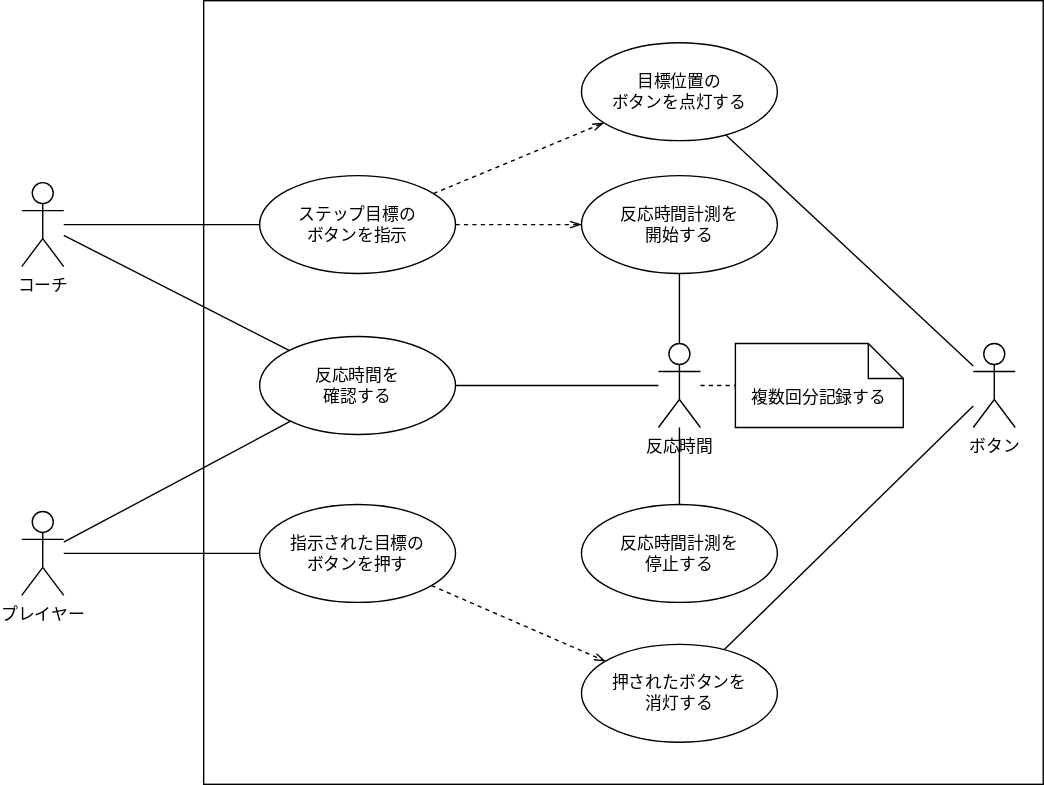
Above: images/操作レベルユースケース図.drawio.svg in hajimesat0/feather-legs-trainer (draw.io), before the change. Source tidied: cells renumbered, new cells last; positions are measured from the earlier drawing's top-left corner, leaving out a move shared by most shapes.
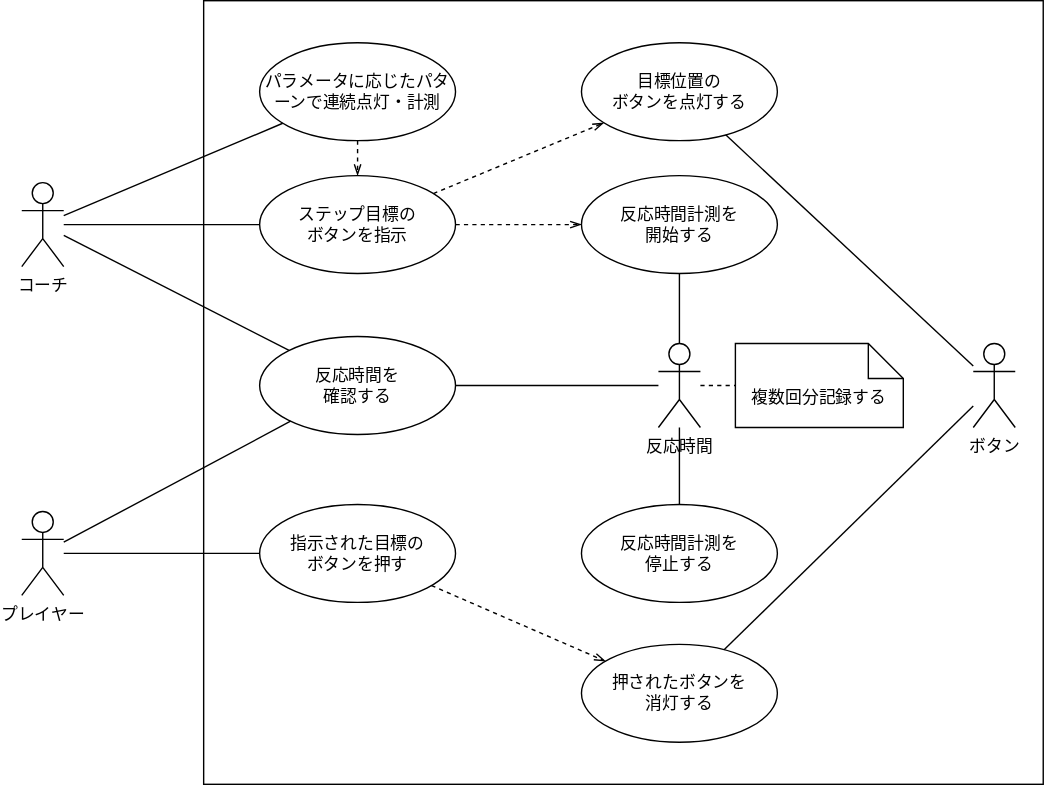
After the change.

Commit message:
ユースケース追加

What changed in the source:
```diff
@@ -82,5 +82,14 @@
     <mxCell id="27" style="endArrow=none;dashed=1;html=1;" parent="1" edge="1" source="22" target="23">
       <mxGeometry relative="1" as="geometry" />
     </mxCell>
+    <mxCell id="28" value="パラメータに応じたパターンで連続点灯・計測" style="ellipse;whiteSpace=wrap;html=1;" parent="1" vertex="1">
+      <mxGeometry x="170" y="30" width="140" height="70" as="geometry" />
+    </mxCell>
+    <mxCell id="29" style="endArrow=none;html=1;" parent="1" edge="1" source="3" target="28">
+      <mxGeometry relative="1" as="geometry" />
+    </mxCell>
+    <mxCell id="30" style="endArrow=openThin;dashed=1;html=1;endFill=0;" parent="1" edge="1" source="28" target="5">
+      <mxGeometry relative="1" as="geometry" />
+    </mxCell>
   </root>
 </mxGraphModel>
```
